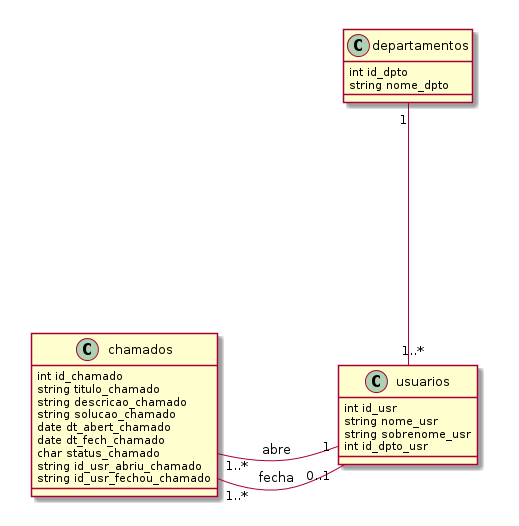
Above: doc/uml/Classe/DiagramaClasse.png in VictorCarlquist/HelpMeNow (PlantUML), before the change.
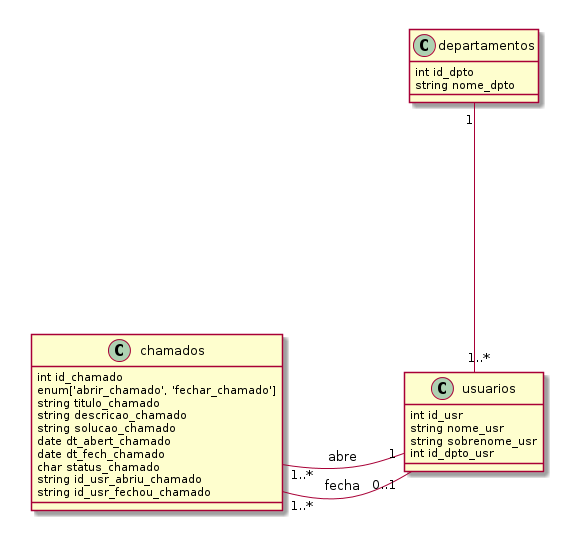
The same file after the commit.

The edit, as a diff of the source:
```diff
@@ -2,6 +2,7 @@
 
 class chamados {
 	int id_chamado
+	enum['abrir_chamado', 'fechar_chamado']
 	string titulo_chamado
 	string descricao_chamado
 	string solucao_chamado
@@ -10,6 +11,7 @@
 	char status_chamado
 	string id_usr_abriu_chamado
 	string id_usr_fechou_chamado
+
 }
 
 class usuarios {
```
